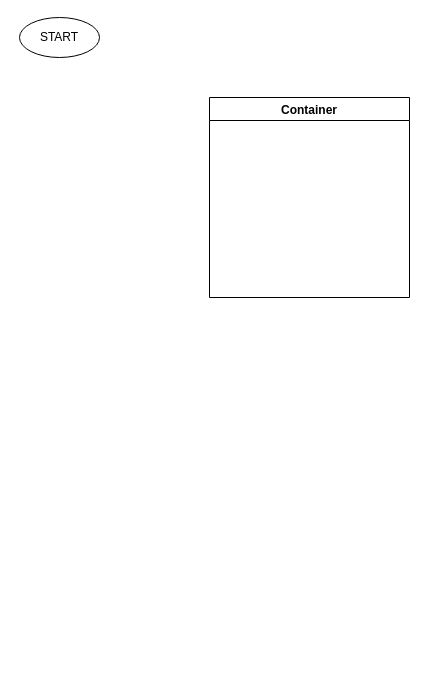
Above: WEEK_AU.drawio in sachinborse/flow-diagrams (draw.io), before the change. Source tidied: cells renumbered, new cells numbered last; positions are measured from the earlier drawing's top-left corner, leaving out a move shared by most shapes. Both pictures are drawn from the tidied source at 100%, with x=0, y=0 at pixel (19, 17).
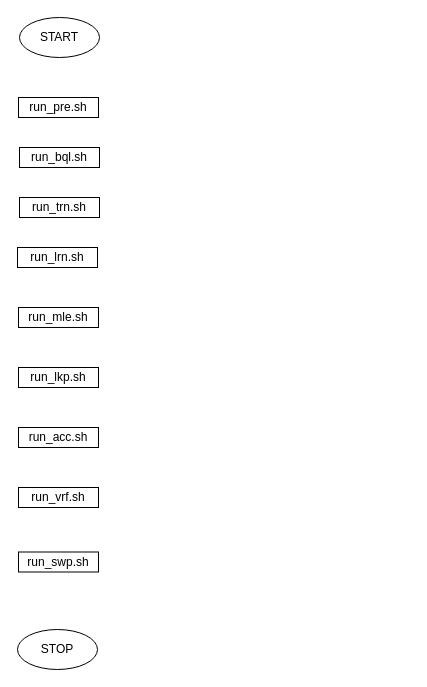
The same diagram, later.

Diff of the diagram source:
```diff
@@
 <mxGraphModel>
   <root>
     <mxCell id="0" />
     <mxCell id="1" parent="0" />
     <mxCell id="2" value="START" style="ellipse;whiteSpace=wrap;html=1;" parent="1" vertex="1">
       <mxGeometry width="80" height="40" as="geometry" />
     </mxCell>
-    <mxCell id="3" value="Container" style="swimlane;" parent="1" vertex="1">
-      <mxGeometry x="190" y="80" width="200" height="200" as="geometry" />
-    </mxCell>
+    <mxCell id="4" value="&lt;span style=&quot;font-family: &amp;#34;calibri&amp;#34;&quot;&gt;&lt;font style=&quot;font-size: 12px&quot;&gt;run_pre.sh&lt;/font&gt;&lt;/span&gt;" style="rounded=0;whiteSpace=wrap;html=1;" parent="1" vertex="1">
+      <mxGeometry x="-1" y="80" width="80" height="20" as="geometry" />
+    </mxCell>
+    <mxCell id="5" value="&lt;span style=&quot;font-family: &amp;#34;calibri&amp;#34;&quot;&gt;&lt;font style=&quot;font-size: 12px&quot;&gt;run_bql.sh&lt;/font&gt;&lt;/span&gt;" style="rounded=0;whiteSpace=wrap;html=1;" parent="1" vertex="1">
+      <mxGeometry y="130" width="80" height="20" as="geometry" />
+    </mxCell>
+    <mxCell id="6" value="&lt;span style=&quot;font-family: &amp;#34;calibri&amp;#34;&quot;&gt;&lt;font style=&quot;font-size: 12px&quot;&gt;run_trn.sh&lt;/font&gt;&lt;/span&gt;" style="rounded=0;whiteSpace=wrap;html=1;" parent="1" vertex="1">
+      <mxGeometry y="180" width="80" height="20" as="geometry" />
+    </mxCell>
+    <mxCell id="7" value="&lt;span style=&quot;font-family: &amp;#34;calibri&amp;#34;&quot;&gt;&lt;font style=&quot;font-size: 12px&quot;&gt;run_lrn.sh&lt;/font&gt;&lt;/span&gt;" style="rounded=0;whiteSpace=wrap;html=1;" parent="1" vertex="1">
+      <mxGeometry x="-2" y="230" width="80" height="20" as="geometry" />
+    </mxCell>
+    <mxCell id="8" value="&lt;span style=&quot;font-family: &amp;#34;calibri&amp;#34;&quot;&gt;&lt;font style=&quot;font-size: 12px&quot;&gt;run_mle.sh&lt;/font&gt;&lt;/span&gt;" style="rounded=0;whiteSpace=wrap;html=1;" parent="1" vertex="1">
+      <mxGeometry x="-1" y="290" width="80" height="20" as="geometry" />
+    </mxCell>
+    <mxCell id="9" value="&lt;span style=&quot;font-family: &amp;#34;calibri&amp;#34;&quot;&gt;&lt;font style=&quot;font-size: 12px&quot;&gt;run_lkp.sh&lt;/font&gt;&lt;/span&gt;" style="rounded=0;whiteSpace=wrap;html=1;" parent="1" vertex="1">
+      <mxGeometry x="-1" y="350" width="80" height="20" as="geometry" />
+    </mxCell>
+    <mxCell id="10" value="&lt;span style=&quot;font-family: &amp;#34;calibri&amp;#34;&quot;&gt;&lt;font style=&quot;font-size: 12px&quot;&gt;run_acc.sh&lt;/font&gt;&lt;/span&gt;" style="rounded=0;whiteSpace=wrap;html=1;" parent="1" vertex="1">
+      <mxGeometry x="-1" y="410" width="80" height="20" as="geometry" />
+    </mxCell>
+    <mxCell id="11" value="&lt;span style=&quot;font-family: &amp;#34;calibri&amp;#34;&quot;&gt;&lt;font style=&quot;font-size: 12px&quot;&gt;run_vrf.sh&lt;/font&gt;&lt;/span&gt;" style="rounded=0;whiteSpace=wrap;html=1;" parent="1" vertex="1">
+      <mxGeometry x="-1" y="470" width="80" height="20" as="geometry" />
+    </mxCell>
+    <mxCell id="12" value="&lt;span style=&quot;font-family: &amp;#34;calibri&amp;#34;&quot;&gt;&lt;font style=&quot;font-size: 12px&quot;&gt;run_swp.sh&lt;/font&gt;&lt;/span&gt;" style="rounded=0;whiteSpace=wrap;html=1;" parent="1" vertex="1">
+      <mxGeometry x="-1" y="534.5" width="80" height="20" as="geometry" />
+    </mxCell>
+    <mxCell id="13" value="STOP" style="ellipse;whiteSpace=wrap;html=1;" parent="1" vertex="1">
+      <mxGeometry x="-2" y="612" width="80" height="40" as="geometry" />
+    </mxCell>
   </root>
 </mxGraphModel>
```
